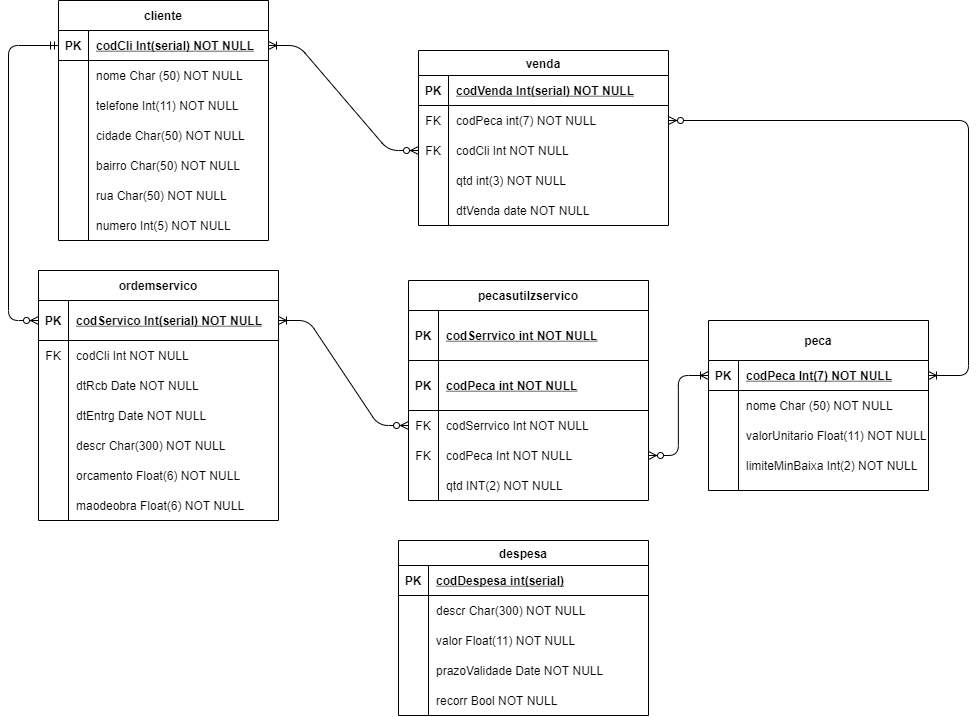
Above: LogicModel.png in IduI/User-Requirements (draw.io), before the change. Source tidied: cells renumbered, new cells last; positions are measured from the earlier drawing's top-left corner, leaving out a move shared by most shapes.
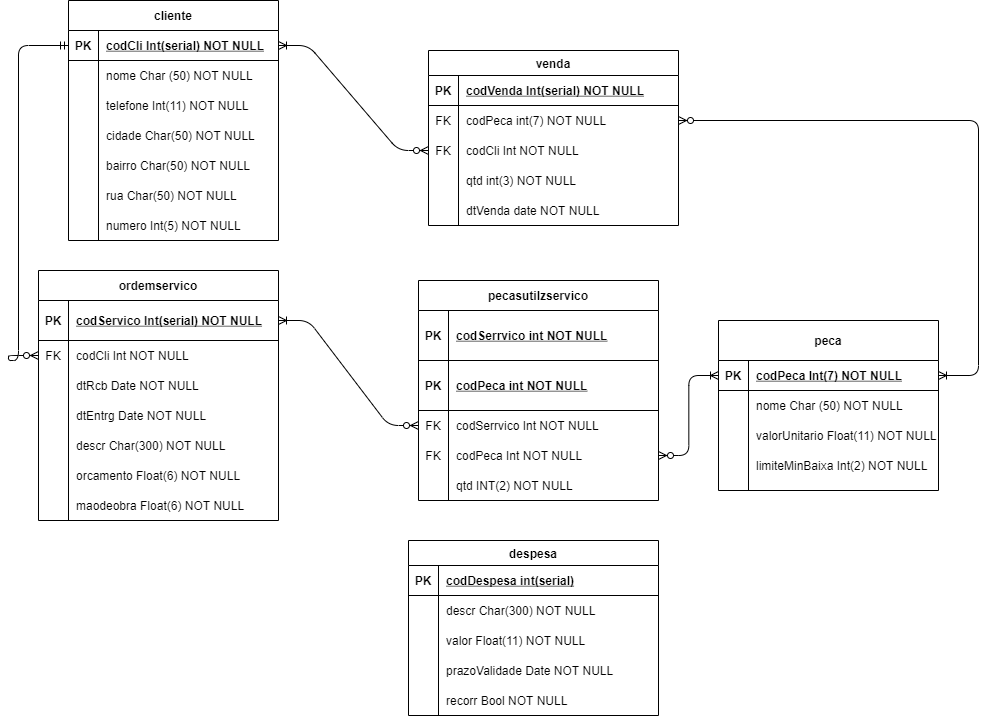
The same file after the commit.

The edit, as a diff of the source:
```diff
@@ -167,7 +167,7 @@
       <mxGeometry relative="1" as="geometry" />
     </mxCell>
     <mxCell id="55" value="ordemservico" style="shape=table;startSize=30;rowLines=0;fontStyle=1;align=center;" parent="1" vertex="1">
-      <mxGeometry x="30" y="270" width="240" height="250" as="geometry" />
+      <mxGeometry x="20" y="270" width="240" height="250" as="geometry" />
     </mxCell>
     <mxCell id="56" style="shape=partialRectangle;fillColor=none;top=0;left=0;bottom=1;right=0;points=[[0,0.5],[1,0.5]];portConstraint=eastwest;" parent="55" vertex="1">
       <mxGeometry y="30" width="240" height="40" as="geometry" />
@@ -232,11 +232,13 @@
     <mxCell id="76" value="maodeobra Float(6) NOT NULL" style="shape=partialRectangle;fillColor=none;top=0;left=0;bottom=0;right=0;align=left;spacingLeft=6;overflow=hidden;" parent="74" vertex="1">
       <mxGeometry x="30" width="210" height="30" as="geometry" />
     </mxCell>
-    <mxCell id="77" style="edgeStyle=orthogonalEdgeStyle;fontSize=12;html=1;endArrow=ERzeroToMany;endFill=1;exitX=0;exitY=0.5;exitDx=0;exitDy=0;entryX=0;entryY=0.5;entryDx=0;entryDy=0;startArrow=ERmandOne;startFill=0;" parent="1" edge="1" source="3" target="56">
+    <mxCell id="77" style="edgeStyle=orthogonalEdgeStyle;fontSize=12;html=1;endArrow=ERzeroToMany;endFill=1;exitX=0;exitY=0.5;exitDx=0;exitDy=0;startArrow=ERmandOne;startFill=0;entryX=0;entryY=0.5;entryDx=0;entryDy=0;" parent="1" edge="1" source="3" target="59">
       <mxGeometry relative="1" as="geometry">
         <Array as="points">
           <mxPoint y="45" />
-          <mxPoint y="320" />
+          <mxPoint y="360" />
+          <mxPoint x="-10" y="360" />
+          <mxPoint x="-10" y="355" />
         </Array>
       </mxGeometry>
     </mxCell>
```
